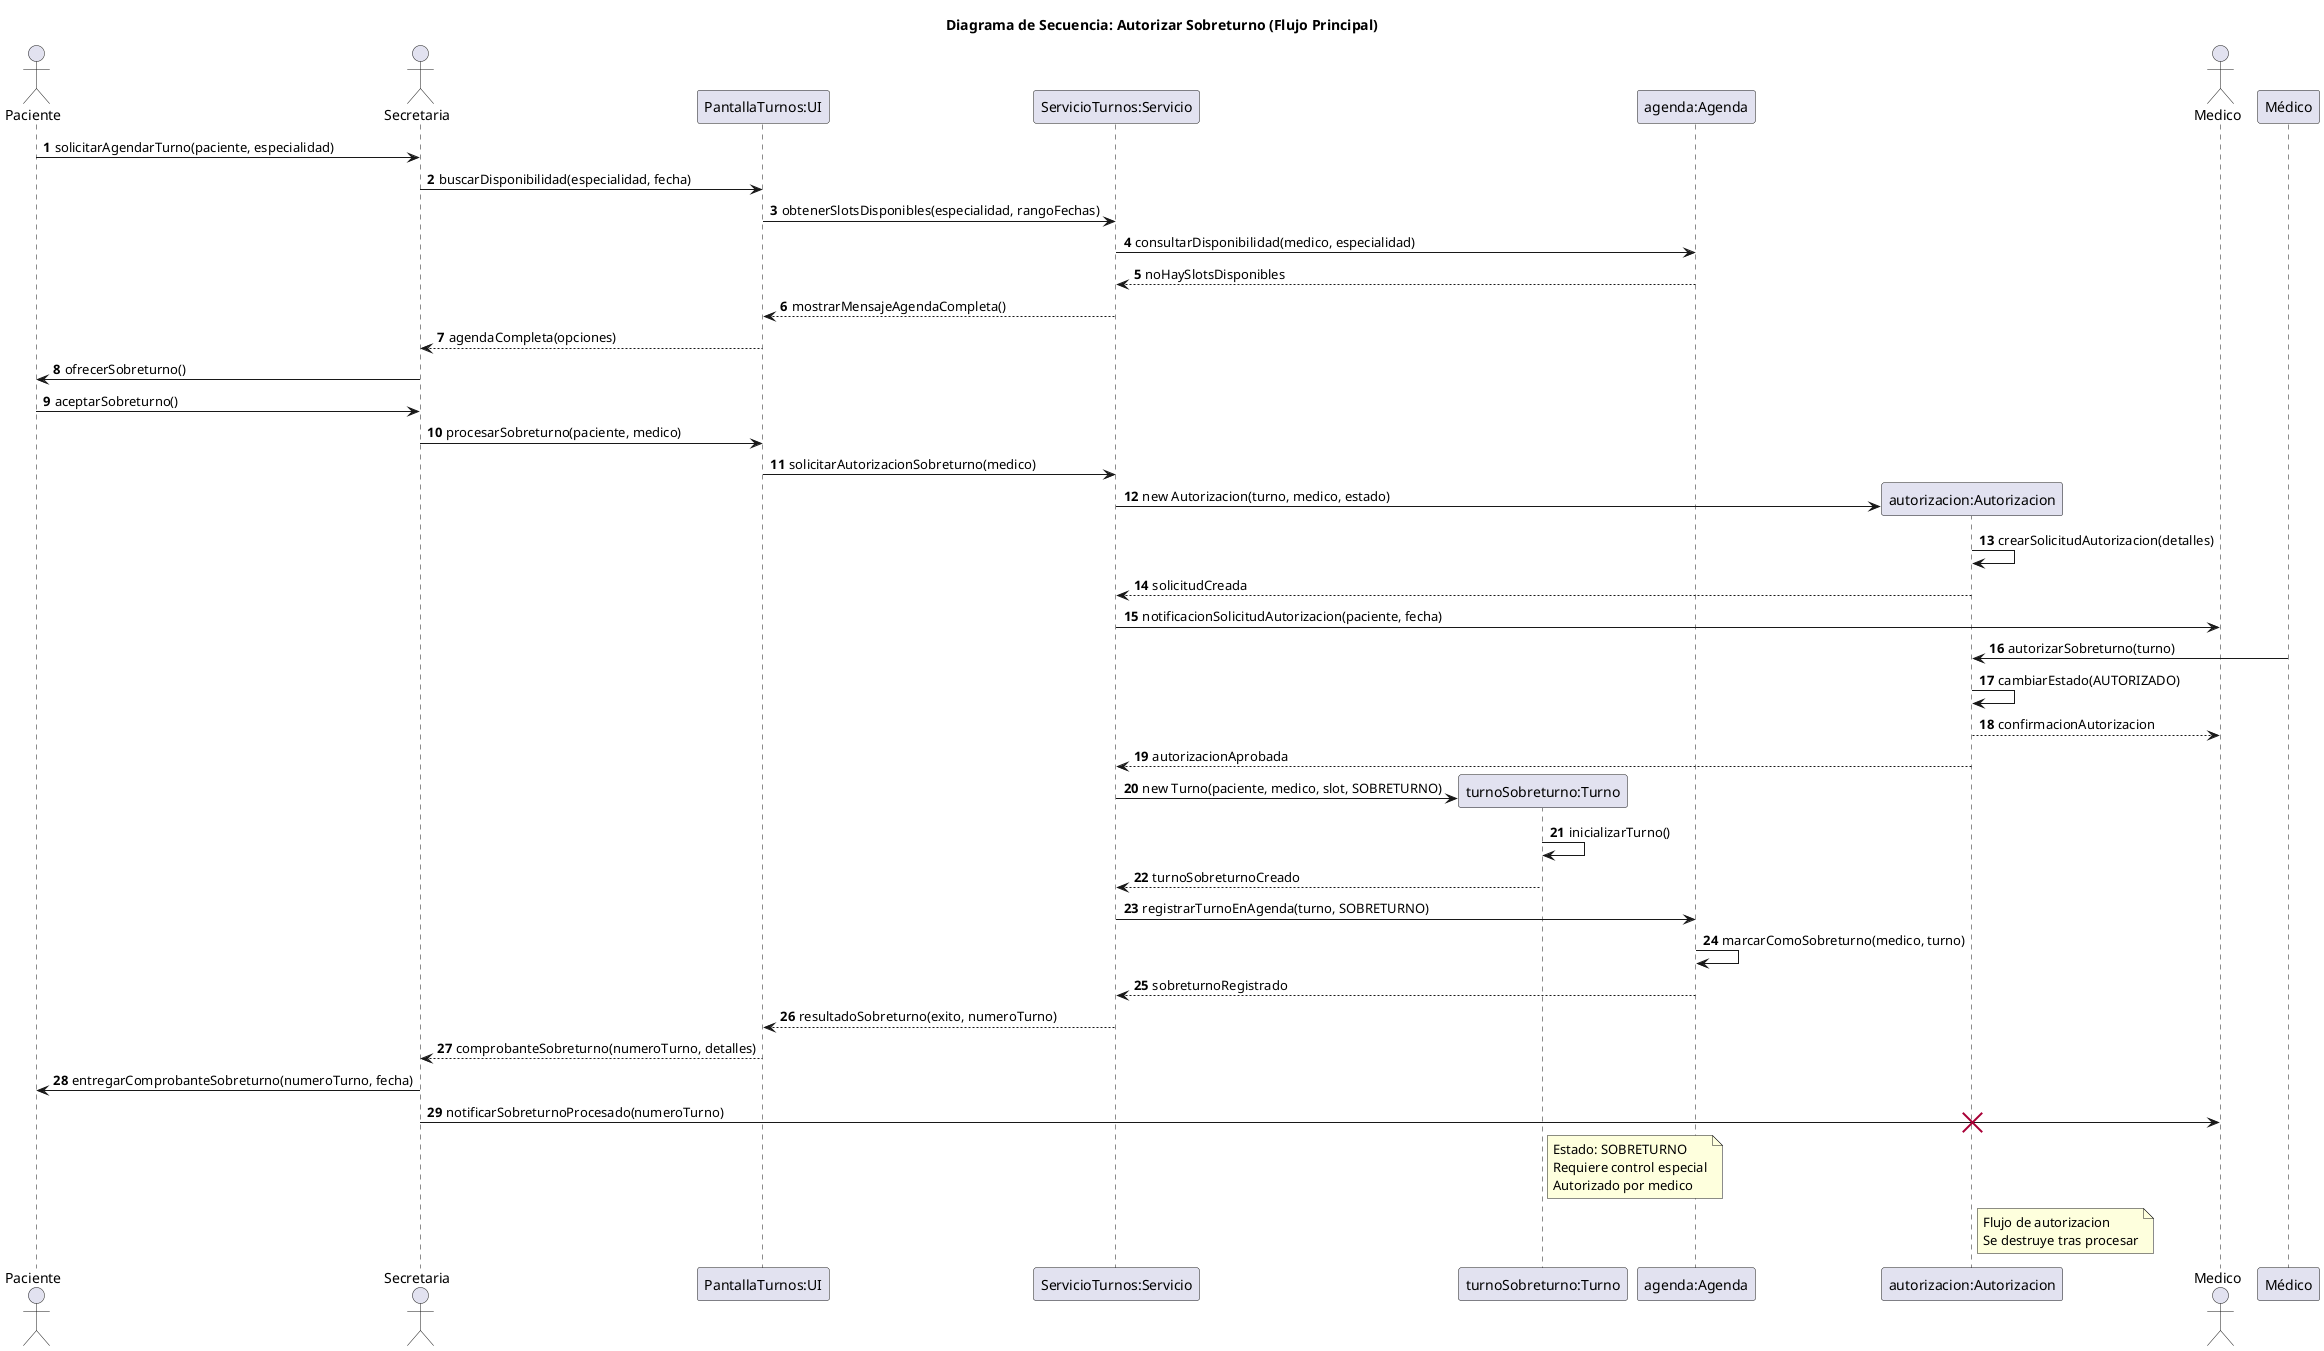
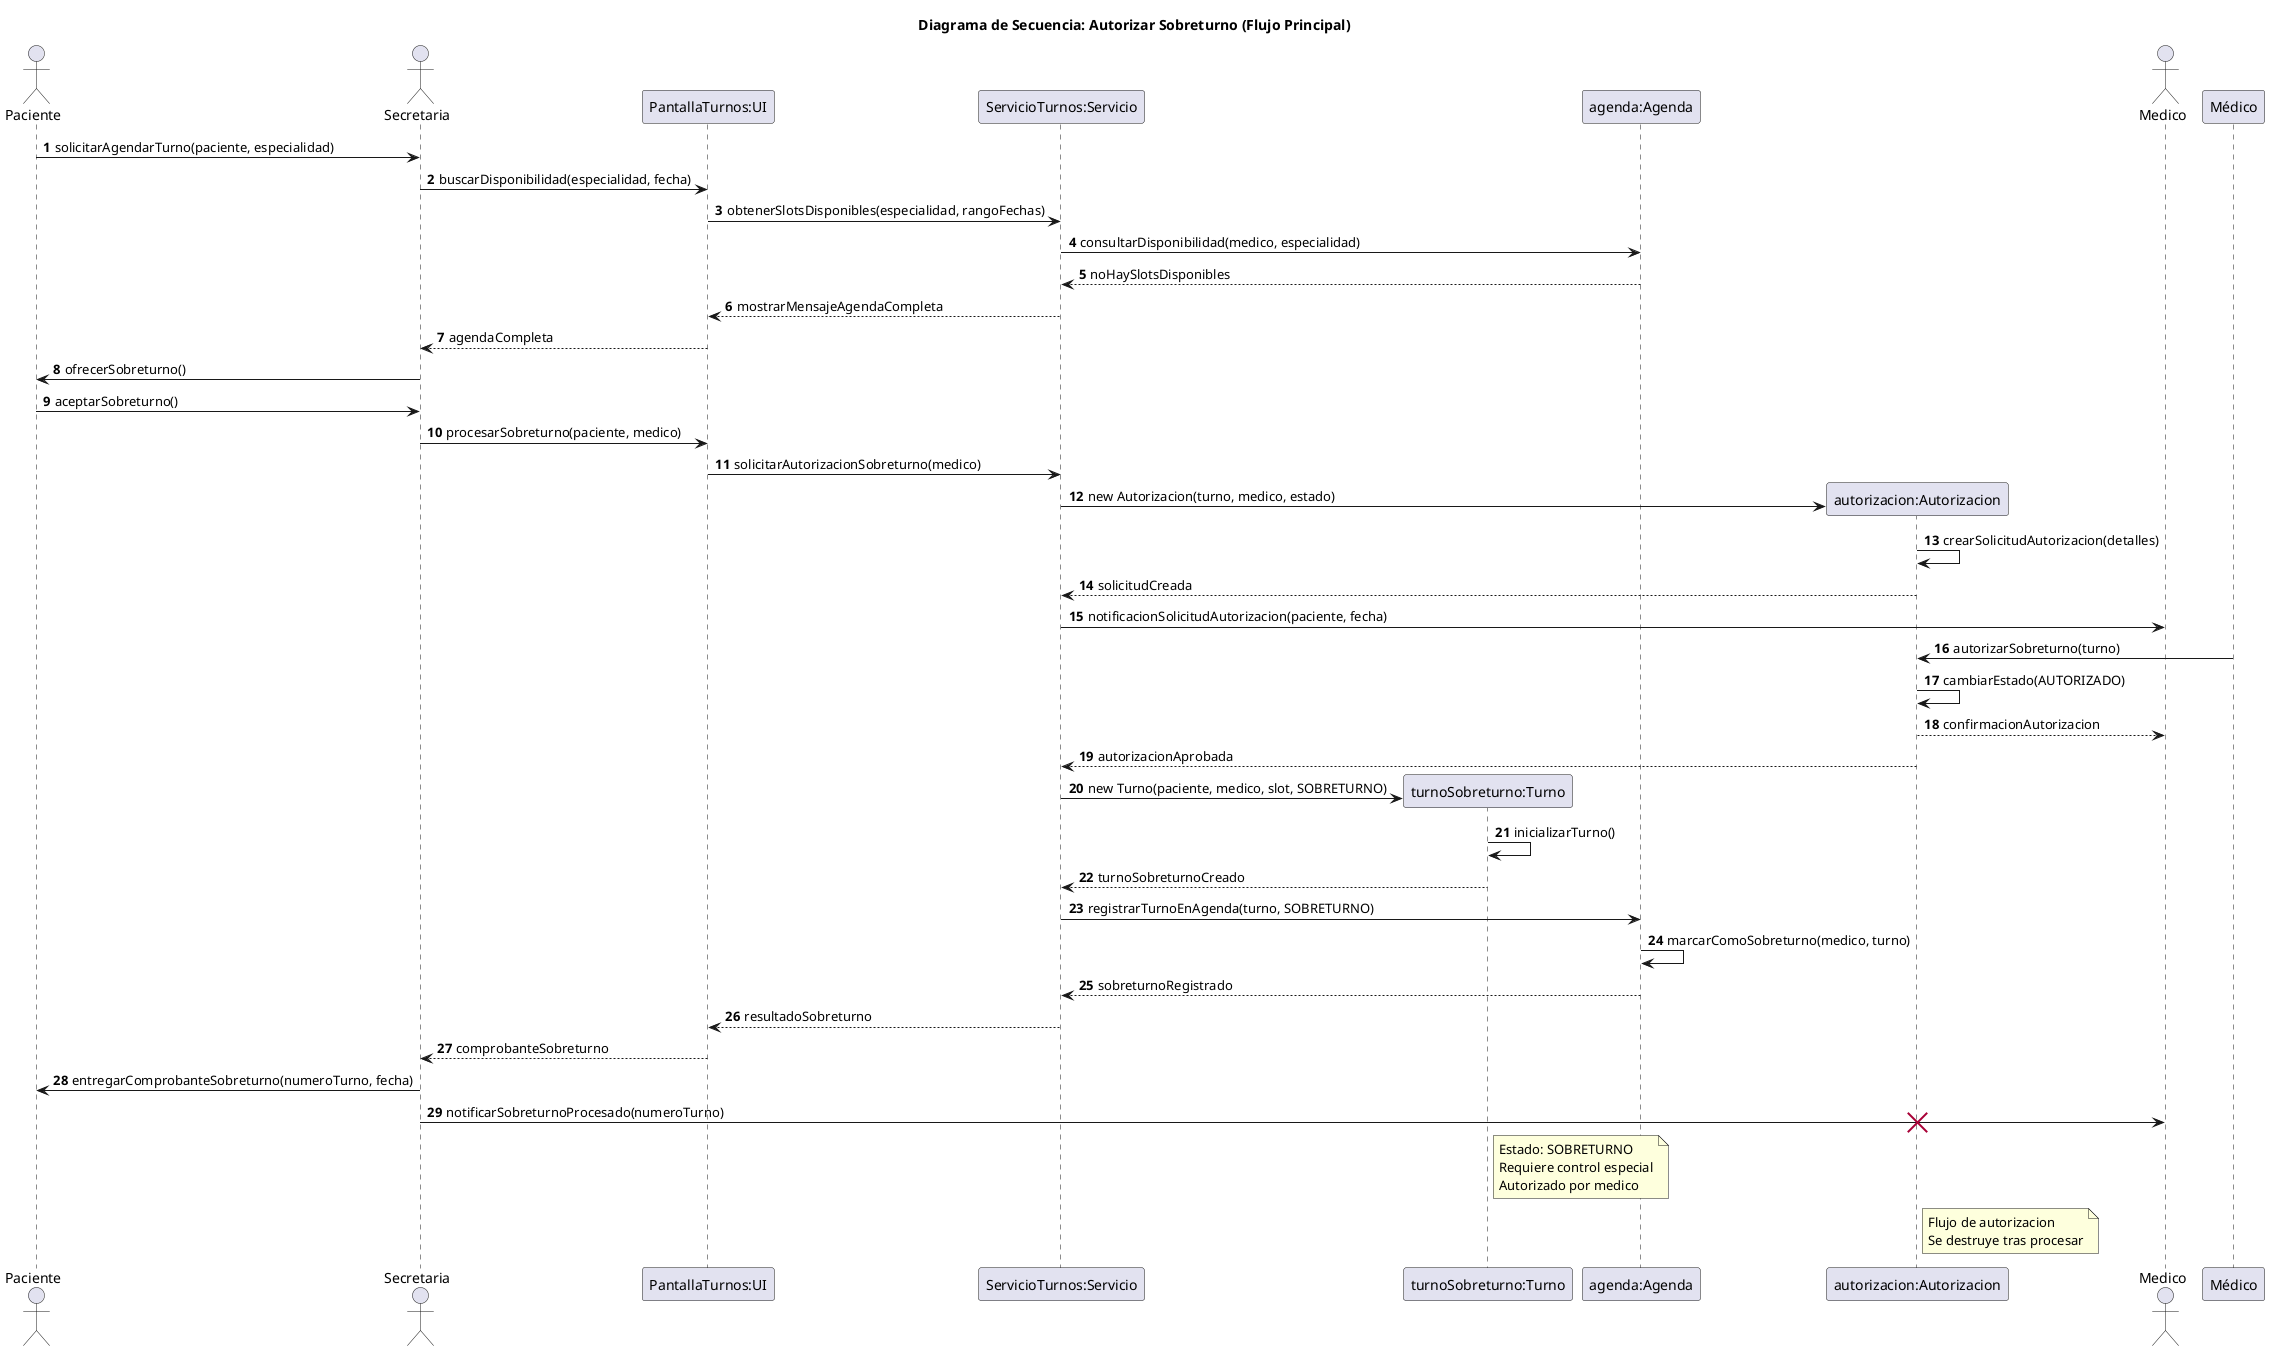
@startuml 05-secuencia-autorizar-sobreturno-flujo-principal-04
title Diagrama de Secuencia: Autorizar Sobreturno (Flujo Principal)

actor Paciente
actor Secretaria
participant "PantallaTurnos:UI" as UI
participant "ServicioTurnos:Servicio" as Servicio
participant "turnoSobreturno:Turno" as Turno
participant "agenda:Agenda" as Agenda
participant "autorizacion:Autorizacion" as Auth
actor Medico

autonumber

Paciente -> Secretaria: solicitarAgendarTurno(paciente, especialidad)
Secretaria -> UI: buscarDisponibilidad(especialidad, fecha)
UI -> Servicio: obtenerSlotsDisponibles(especialidad, rangoFechas)
Servicio -> Agenda: consultarDisponibilidad(medico, especialidad)
Agenda --> Servicio: noHaySlotsDisponibles
- Servicio --> UI: mostrarMensajeAgendaCompleta()
- UI --> Secretaria: agendaCompleta(opciones)
+ Servicio --> UI: mostrarMensajeAgendaCompleta
+ UI --> Secretaria: agendaCompleta
Secretaria -> Paciente: ofrecerSobreturno()
Paciente -> Secretaria: aceptarSobreturno()
Secretaria -> UI: procesarSobreturno(paciente, medico)
UI -> Servicio: solicitarAutorizacionSobreturno(medico)
create Auth
Servicio -> Auth: new Autorizacion(turno, medico, estado)
Auth -> Auth: crearSolicitudAutorizacion(detalles)
Auth --> Servicio: solicitudCreada
Servicio -> Medico: notificacionSolicitudAutorizacion(paciente, fecha)
Médico -> Auth: autorizarSobreturno(turno)
Auth -> Auth: cambiarEstado(AUTORIZADO)
Auth --> Medico: confirmacionAutorizacion
Auth --> Servicio: autorizacionAprobada
create Turno
Servicio -> Turno: new Turno(paciente, medico, slot, SOBRETURNO)
Turno -> Turno: inicializarTurno()
Turno --> Servicio: turnoSobreturnoCreado
Servicio -> Agenda: registrarTurnoEnAgenda(turno, SOBRETURNO)
Agenda -> Agenda: marcarComoSobreturno(medico, turno)
Agenda --> Servicio: sobreturnoRegistrado
- Servicio --> UI: resultadoSobreturno(exito, numeroTurno)
- UI --> Secretaria: comprobanteSobreturno(numeroTurno, detalles)
+ Servicio --> UI: resultadoSobreturno
+ UI --> Secretaria: comprobanteSobreturno
Secretaria -> Paciente: entregarComprobanteSobreturno(numeroTurno, fecha)
Secretaria -> Medico: notificarSobreturnoProcesado(numeroTurno)

note right of Turno
  Estado: SOBRETURNO
  Requiere control especial
  Autorizado por medico
end note

note right of Auth
  Flujo de autorizacion
  Se destruye tras procesar
end note

destroy Auth

@enduml
